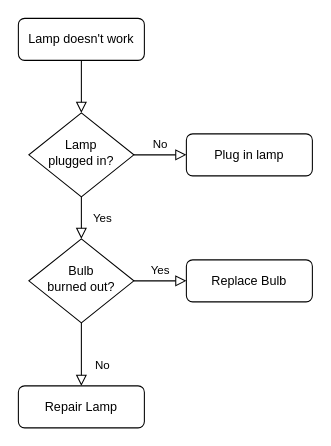
gmjustin321/Playground keeps this draw.io diagram as Untitled Diagram.drawio. Above is the earlier version. Source tidied: cells renumbered, new cells numbered last; positions are measured from the earlier drawing's top-left corner, leaving out a move shared by most shapes. Both pictures are drawn from the tidied source at 105%, with x=0, y=0 at pixel (18, 18).
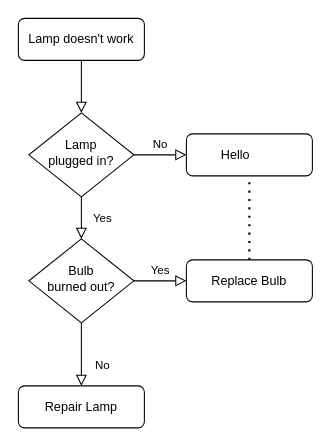
The same page after the edit.

Change to the diagram source:
```diff
@@
 <mxGraphModel>
   <root>
     <mxCell id="0" />
     <mxCell id="1" parent="0" />
     <mxCell id="2" style="rounded=0;html=1;jettySize=auto;fontSize=11;endArrow=block;endFill=0;endSize=8;strokeWidth=1;shadow=0;labelBackgroundColor=none;edgeStyle=orthogonalEdgeStyle;" parent="1" edge="1" source="3" target="6">
       <mxGeometry relative="1" as="geometry" />
     </mxCell>
     <mxCell id="3" value="Lamp doesn't work" style="rounded=1;whiteSpace=wrap;html=1;fontSize=12;glass=0;strokeWidth=1;shadow=0;" parent="1" vertex="1">
       <mxGeometry width="120" height="40" as="geometry" />
     </mxCell>
     <mxCell id="4" value="Yes" style="rounded=0;html=1;jettySize=auto;fontSize=11;endArrow=block;endFill=0;endSize=8;strokeWidth=1;shadow=0;labelBackgroundColor=none;edgeStyle=orthogonalEdgeStyle;" parent="1" edge="1" source="6" target="10">
       <mxGeometry y="20" relative="1" as="geometry" />
     </mxCell>
     <mxCell id="5" value="No" style="edgeStyle=orthogonalEdgeStyle;rounded=0;html=1;jettySize=auto;fontSize=11;endArrow=block;endFill=0;endSize=8;strokeWidth=1;shadow=0;labelBackgroundColor=none;" parent="1" edge="1" source="6" target="7">
       <mxGeometry y="10" relative="1" as="geometry" />
     </mxCell>
     <mxCell id="6" value="Lamp&lt;br&gt;plugged in?" style="rhombus;whiteSpace=wrap;html=1;shadow=0;fontFamily=Helvetica;fontSize=12;align=center;strokeWidth=1;spacing=6;spacingTop=-4;" parent="1" vertex="1">
       <mxGeometry x="10" y="90" width="100" height="80" as="geometry" />
     </mxCell>
-    <mxCell id="7" value="Plug in lamp" style="rounded=1;whiteSpace=wrap;html=1;fontSize=12;glass=0;strokeWidth=1;shadow=0;" parent="1" vertex="1">
+    <mxCell id="7" value="Hello&lt;span style=&quot;white-space: pre;&quot;&gt;&#9;&lt;/span&gt;" style="rounded=1;whiteSpace=wrap;html=1;fontSize=12;glass=0;strokeWidth=1;shadow=0;" parent="1" vertex="1">
       <mxGeometry x="160" y="110" width="120" height="40" as="geometry" />
     </mxCell>
     <mxCell id="8" value="No" style="rounded=0;html=1;jettySize=auto;fontSize=11;endArrow=block;endFill=0;endSize=8;strokeWidth=1;shadow=0;labelBackgroundColor=none;edgeStyle=orthogonalEdgeStyle;" parent="1" edge="1" source="10" target="11">
       <mxGeometry x="0.33" y="20" relative="1" as="geometry" />
     </mxCell>
     <mxCell id="9" value="Yes" style="edgeStyle=orthogonalEdgeStyle;rounded=0;html=1;jettySize=auto;fontSize=11;endArrow=block;endFill=0;endSize=8;strokeWidth=1;shadow=0;labelBackgroundColor=none;" parent="1" edge="1" source="10" target="12">
       <mxGeometry y="10" relative="1" as="geometry" />
     </mxCell>
     <mxCell id="10" value="Bulb&lt;br&gt;burned out?" style="rhombus;whiteSpace=wrap;html=1;shadow=0;fontFamily=Helvetica;fontSize=12;align=center;strokeWidth=1;spacing=6;spacingTop=-4;" parent="1" vertex="1">
       <mxGeometry x="10" y="210" width="100" height="80" as="geometry" />
     </mxCell>
     <mxCell id="11" value="Repair Lamp" style="rounded=1;whiteSpace=wrap;html=1;fontSize=12;glass=0;strokeWidth=1;shadow=0;" parent="1" vertex="1">
       <mxGeometry y="350" width="120" height="40" as="geometry" />
     </mxCell>
     <mxCell id="12" value="Replace Bulb" style="rounded=1;whiteSpace=wrap;html=1;fontSize=12;glass=0;strokeWidth=1;shadow=0;" parent="1" vertex="1">
       <mxGeometry x="160" y="230" width="120" height="40" as="geometry" />
     </mxCell>
+    <mxCell id="13" style="endArrow=none;dashed=1;html=1;dashPattern=1 3;strokeWidth=2;rounded=0;entryX=0.5;entryY=1;entryDx=0;entryDy=0;exitX=0.5;exitY=0;exitDx=0;exitDy=0;" parent="1" edge="1" source="12" target="7">
+      <mxGeometry relative="1" as="geometry" />
+    </mxCell>
   </root>
 </mxGraphModel>
```
